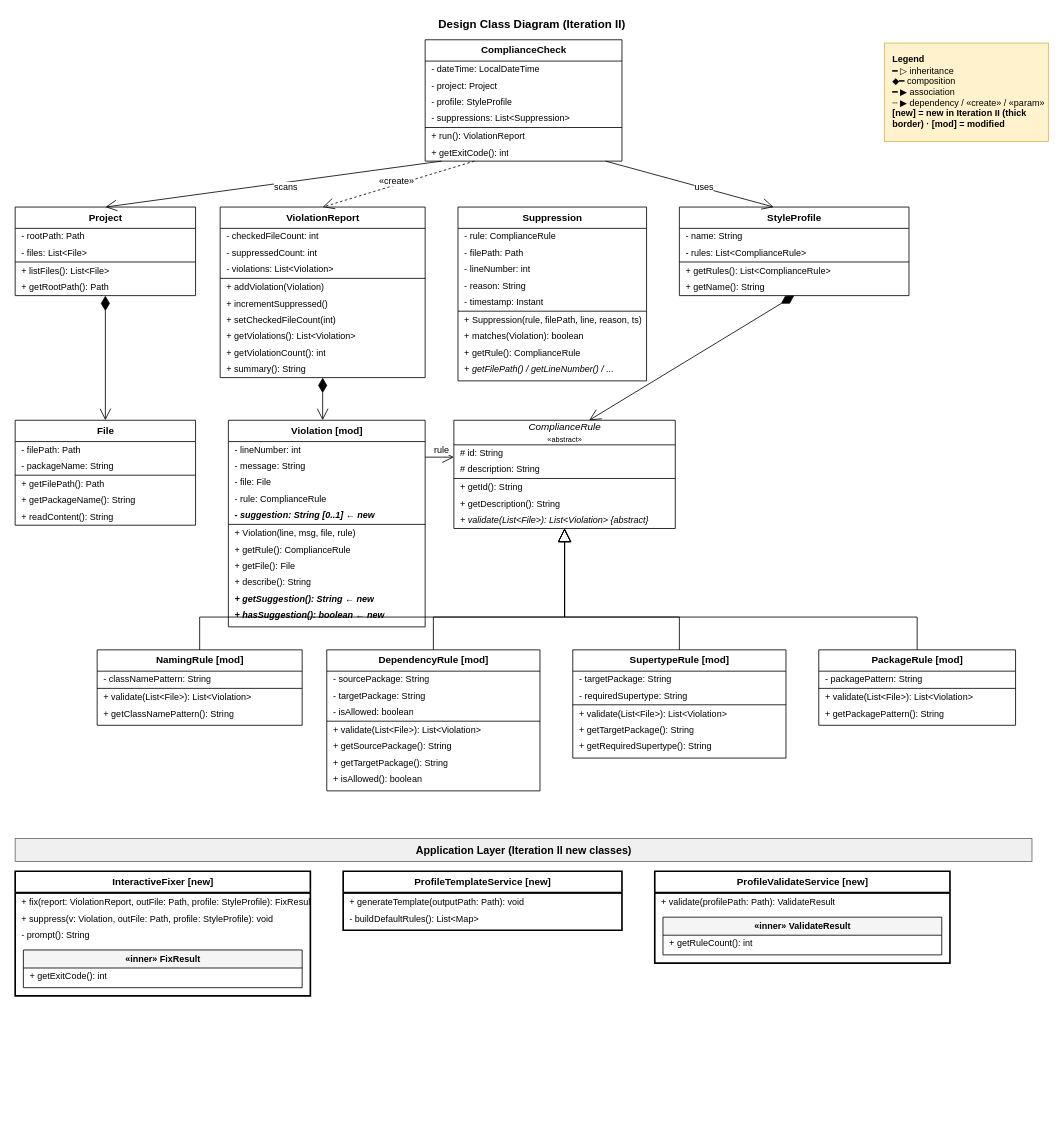
Before: hw/hw7/diagrams/dcd.drawio in chun-wei0413/arch-checker, a draw.io diagram. Source tidied: cells renumbered, new cells numbered last; positions are measured from the earlier drawing's top-left corner, leaving out a move shared by most shapes. Both pictures are drawn from the tidied source at 82%, with x=0, y=0 at pixel (15, 14).
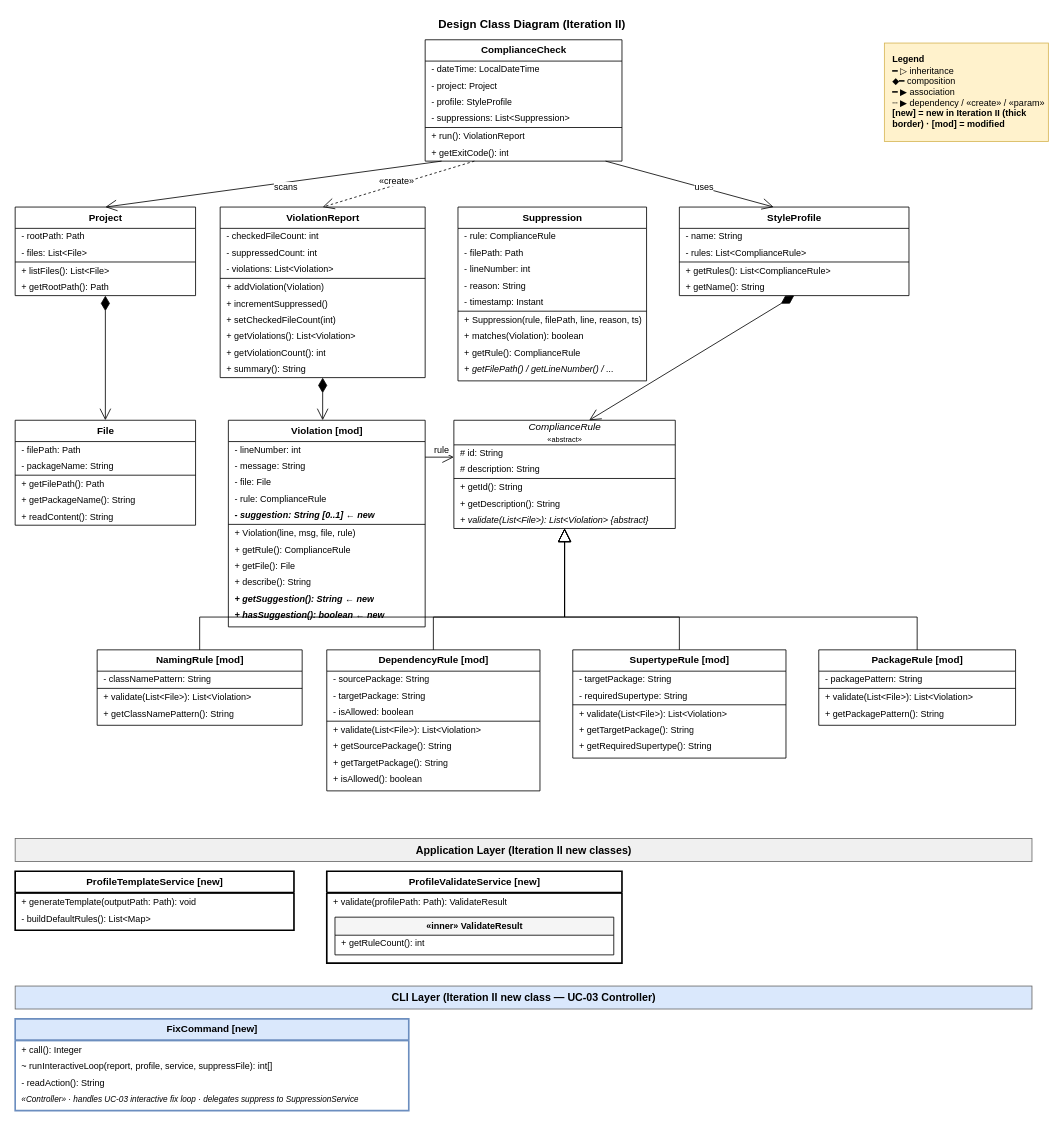
The same page after the edit.

Commit message (it also covers changes not shown here):
[Documentation] Update UC-03 SD, DCD, and docx to reflect SuppressionService delegation

Diff of the diagram source:
```diff
@@
-    <mxCell id="114" value="InteractiveFixer [new]" style="swimlane;fontStyle=1;align=center;startSize=26;rounded=0;shadow=0;strokeWidth=2;swimlaneLine=1;html=1;fillColor=#ffffff;strokeColor=#000000;fontSize=12;" parent="1" vertex="1">
-      <mxGeometry y="1045" width="360" height="152" as="geometry" />
-    </mxCell>
-    <mxCell id="115" style="line;strokeColor=#000000;strokeWidth=1;" parent="114" vertex="1">
-      <mxGeometry y="26" width="360" height="2" as="geometry" />
-    </mxCell>
-    <mxCell id="116" value="+ fix(report: ViolationReport, outFile: Path, profile: StyleProfile): FixResult" style="text;strokeColor=none;fillColor=none;align=left;verticalAlign=middle;spacingLeft=6;overflow=hidden;html=1;fontSize=11;" parent="114" vertex="1">
-      <mxGeometry y="28" width="360" height="20" as="geometry" />
-    </mxCell>
-    <mxCell id="117" value="+ suppress(v: Violation, outFile: Path, profile: StyleProfile): void" style="text;strokeColor=none;fillColor=none;align=left;verticalAlign=middle;spacingLeft=6;overflow=hidden;html=1;fontSize=11;" parent="114" vertex="1">
-      <mxGeometry y="48" width="360" height="20" as="geometry" />
-    </mxCell>
-    <mxCell id="118" value="- prompt(): String" style="text;strokeColor=none;fillColor=none;align=left;verticalAlign=middle;spacingLeft=6;overflow=hidden;html=1;fontSize=11;" parent="114" vertex="1">
-      <mxGeometry y="68" width="360" height="20" as="geometry" />
-    </mxCell>
-    <mxCell id="119" value="«inner» FixResult" style="swimlane;fontStyle=1;align=center;startSize=22;rounded=0;shadow=0;strokeWidth=1;swimlaneLine=1;html=1;fillColor=#f5f5f5;strokeColor=#000000;fontSize=11;" parent="114" vertex="1">
-      <mxGeometry x="10" y="96" width="340" height="46" as="geometry" />
-    </mxCell>
-    <mxCell id="120" value="+ getExitCode(): int" style="text;strokeColor=none;fillColor=none;align=left;verticalAlign=middle;spacingLeft=6;overflow=hidden;html=1;fontSize=11;" parent="119" vertex="1">
-      <mxGeometry y="22" width="340" height="20" as="geometry" />
-    </mxCell>
     <mxCell id="121" value="ProfileTemplateService [new]" style="swimlane;fontStyle=1;align=center;startSize=26;rounded=0;shadow=0;strokeWidth=2;swimlaneLine=1;html=1;fillColor=#ffffff;strokeColor=#000000;fontSize=12;" parent="1" vertex="1">
-      <mxGeometry x="400" y="1045" width="340" height="72" as="geometry" />
+      <mxGeometry y="1045" width="340" height="72" as="geometry" />
     </mxCell>
@@
     <mxCell id="125" value="ProfileValidateService [new]" style="swimlane;fontStyle=1;align=center;startSize=26;rounded=0;shadow=0;strokeWidth=2;swimlaneLine=1;html=1;fillColor=#ffffff;strokeColor=#000000;fontSize=12;" parent="1" vertex="1">
-      <mxGeometry x="780" y="1045" width="360" height="112" as="geometry" />
+      <mxGeometry x="380" y="1045" width="360" height="112" as="geometry" />
     </mxCell>
@@
+    <mxCell id="131" value="CLI Layer (Iteration II new class — UC-03 Controller)" style="text;html=1;strokeColor=#666666;fillColor=#dae8fc;align=center;verticalAlign=middle;fontSize=13;fontStyle=1;" parent="1" vertex="1">
+      <mxGeometry y="1185" width="1240" height="28" as="geometry" />
+    </mxCell>
+    <mxCell id="132" value="FixCommand [new]" style="swimlane;fontStyle=1;align=center;startSize=26;rounded=0;shadow=0;strokeWidth=2;swimlaneLine=1;html=1;fillColor=#dae8fc;strokeColor=#6c8ebf;fontSize=12;" parent="1" vertex="1">
+      <mxGeometry y="1225" width="480" height="112" as="geometry" />
+    </mxCell>
+    <mxCell id="133" style="line;strokeColor=#6c8ebf;strokeWidth=1;" parent="132" vertex="1">
+      <mxGeometry y="26" width="480" height="2" as="geometry" />
+    </mxCell>
+    <mxCell id="134" value="+ call(): Integer" style="text;strokeColor=none;fillColor=none;align=left;verticalAlign=middle;spacingLeft=6;overflow=hidden;html=1;fontSize=11;" parent="132" vertex="1">
+      <mxGeometry y="28" width="480" height="20" as="geometry" />
+    </mxCell>
+    <mxCell id="135" value="~ runInteractiveLoop(report, profile, service, suppressFile): int[]" style="text;strokeColor=none;fillColor=none;align=left;verticalAlign=middle;spacingLeft=6;overflow=hidden;html=1;fontSize=11;" parent="132" vertex="1">
+      <mxGeometry y="48" width="480" height="20" as="geometry" />
+    </mxCell>
+    <mxCell id="136" value="- readAction(): String" style="text;strokeColor=none;fillColor=none;align=left;verticalAlign=middle;spacingLeft=6;overflow=hidden;html=1;fontSize=11;" parent="132" vertex="1">
+      <mxGeometry y="68" width="480" height="20" as="geometry" />
+    </mxCell>
+    <mxCell id="137" value="«Controller»  ·  handles UC-03 interactive fix loop · delegates suppress to SuppressionService" style="text;strokeColor=none;fillColor=none;align=left;verticalAlign=middle;spacingLeft=6;overflow=hidden;html=1;fontSize=10;fontStyle=2;" parent="132" vertex="1">
+      <mxGeometry y="88" width="480" height="20" as="geometry" />
+    </mxCell>
```
